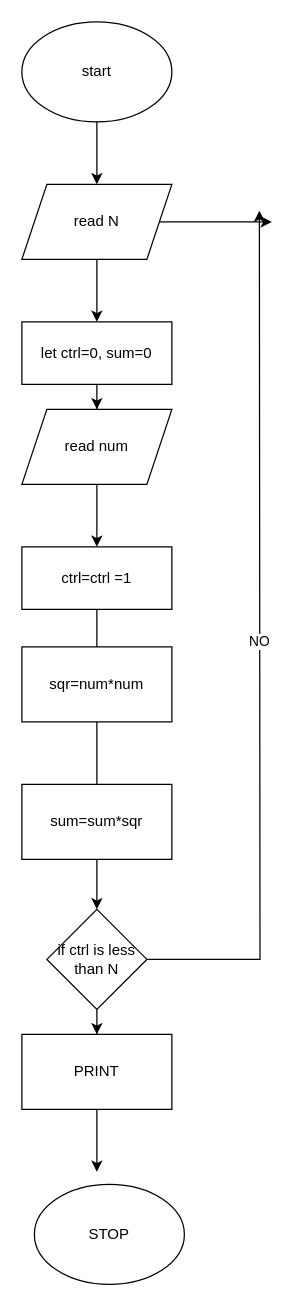
Before: Untitled Diagram.drawio in Carolynee1/alx-pre_course, a draw.io diagram. Source tidied: cells renumbered, new cells numbered last; positions are measured from the earlier drawing's top-left corner, leaving out a move shared by most shapes. Both pictures are drawn from the tidied source at 125%, with x=0, y=0 at pixel (21, 21).
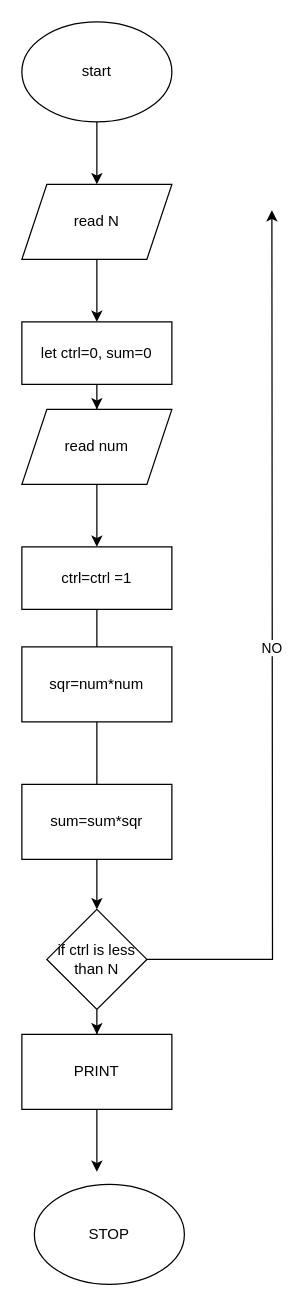
The same diagram, later.

The change refers to these unchanged cells:
```xml
<mxCell id="6" value="read N" style="shape=parallelogram;perimeter=parallelogramPerimeter;whiteSpace=wrap;html=1;fixedSize=1;" parent="1" vertex="1">
  <mxGeometry y="130" width="120" height="60" as="geometry" />
</mxCell>
<mxCell id="19" value="if ctrl is less than N" style="rhombus;whiteSpace=wrap;html=1;" parent="1" vertex="1">
  <mxGeometry x="20" y="710" width="80" height="80" as="geometry" />
</mxCell>
```

The edit, as a diff of the source:
```diff
@@
-    <mxCell id="5" style="edgeStyle=orthogonalEdgeStyle;rounded=0;jettySize=auto;html=1;exitX=1;exitY=0.5;exitDx=0;exitDy=0;" parent="1" edge="1" source="6">
-      <mxGeometry relative="1" as="geometry">
-        <mxPoint x="200" y="160" as="targetPoint" />
-      </mxGeometry>
-    </mxCell>
@@
     <mxCell id="18" value="NO" style="edgeStyle=orthogonalEdgeStyle;rounded=0;jettySize=auto;html=1;exitX=1;exitY=0.5;exitDx=0;exitDy=0;" parent="1" edge="1" source="19">
       <mxGeometry relative="1" as="geometry">
-        <mxPoint x="190" y="151" as="targetPoint" />
+        <mxPoint x="200" y="150.7" as="targetPoint" />
       </mxGeometry>
     </mxCell>
```
